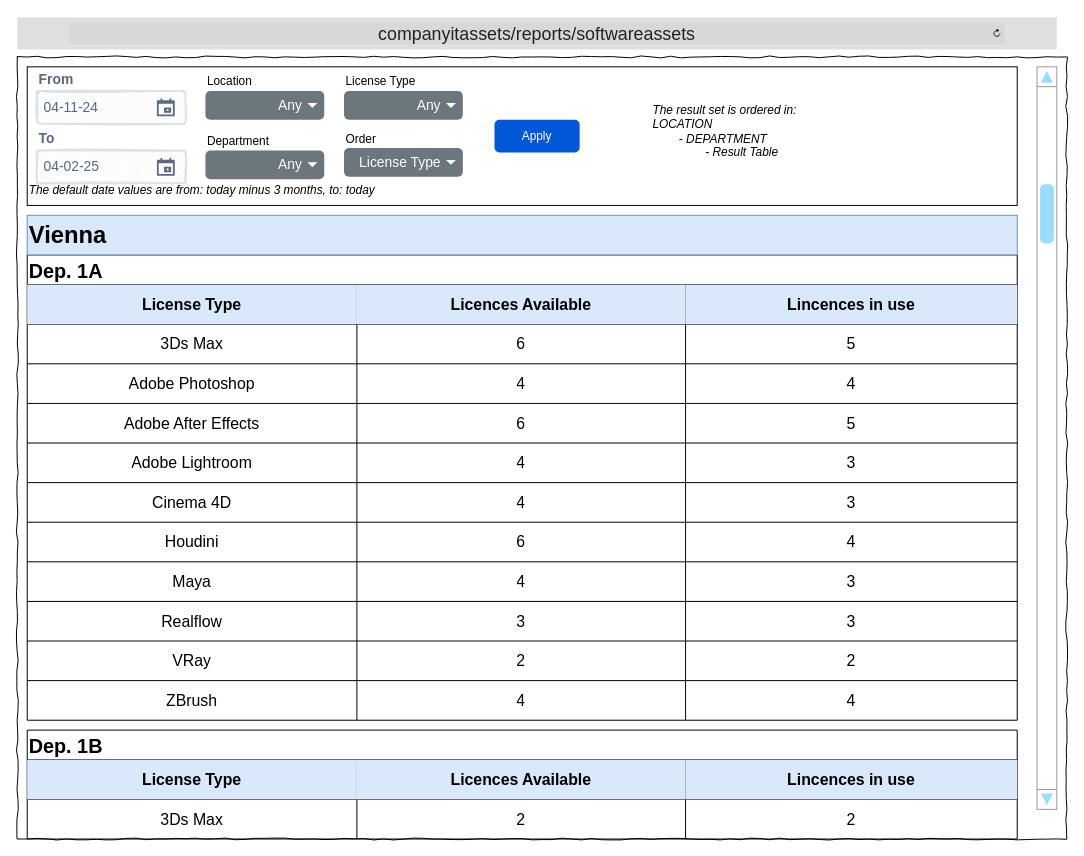
Earlier version of the draw.io diagram Wireframes/ITAT_Reports_Software.drawio (TRed91/ITAssetTracking). Source tidied: cells renumbered, new cells numbered last; positions are measured from the earlier drawing's top-left corner, leaving out a move shared by most shapes. Both pictures are drawn from the tidied source at 99%, with x=0, y=0 at pixel (17, 17).
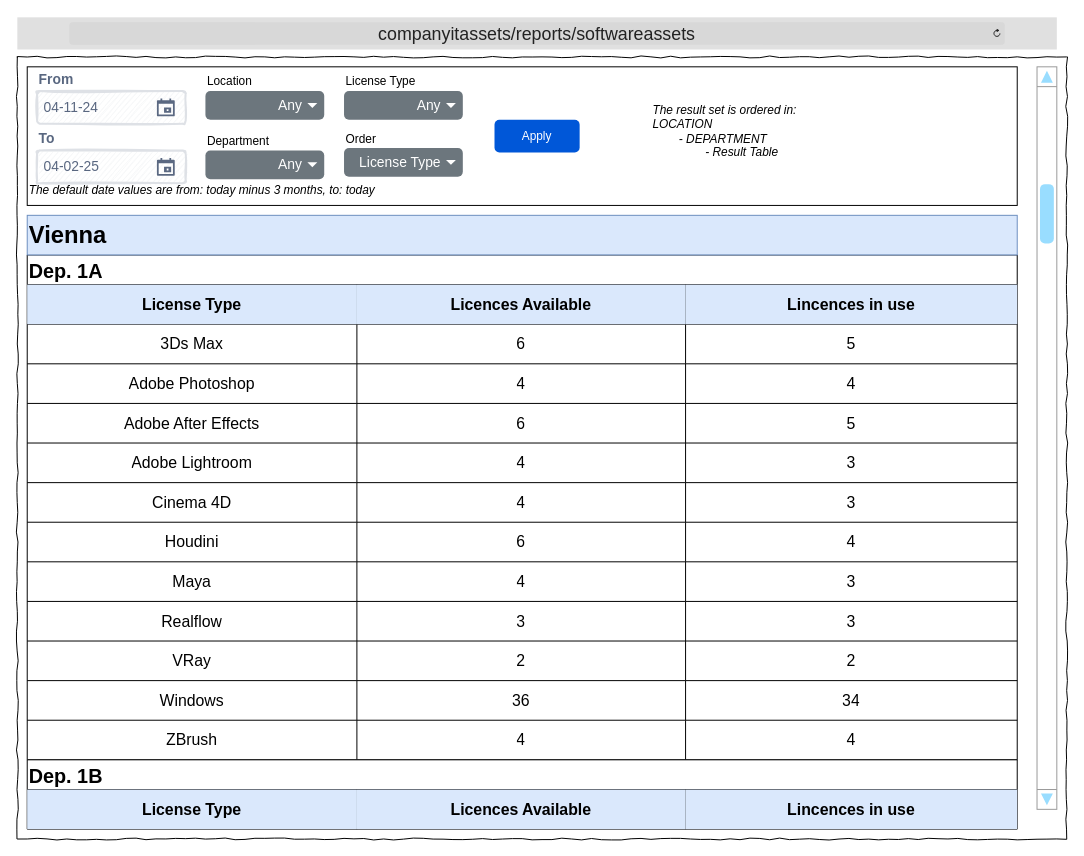
After the change.

Change to the diagram source:
```diff
@@
     <mxCell id="13" value="Dep. 1A" style="shape=table;startSize=30;childLayout=tableLayout;strokeColor=default;fontSize=20;fontStyle=1;align=left;" parent="1" vertex="1">
-      <mxGeometry x="10" y="240" width="1000" height="470" as="geometry" />
+      <mxGeometry x="10" y="240" width="1000" height="510" as="geometry" />
     </mxCell>
@@
+    <mxCell id="82" style="shape=tableRow;horizontal=0;startSize=0;swimlaneHead=0;swimlaneBody=0;strokeColor=inherit;top=0;left=0;bottom=0;right=0;fillColor=none;fontSize=16;" parent="13" vertex="1">
+      <mxGeometry y="430" width="1000" height="40" as="geometry" />
+    </mxCell>
+    <mxCell id="83" value="Windows" style="shape=partialRectangle;html=1;whiteSpace=wrap;strokeColor=inherit;overflow=hidden;fillColor=none;top=0;left=0;bottom=0;right=0;fontSize=16;" parent="82" vertex="1">
+      <mxGeometry width="333" height="40" as="geometry" />
+    </mxCell>
+    <mxCell id="84" value="36" style="shape=partialRectangle;html=1;whiteSpace=wrap;strokeColor=inherit;overflow=hidden;fillColor=none;top=0;left=0;bottom=0;right=0;fontSize=16;" parent="82" vertex="1">
+      <mxGeometry x="333" width="332" height="40" as="geometry" />
+    </mxCell>
+    <mxCell id="85" value="34" style="shape=partialRectangle;html=1;whiteSpace=wrap;strokeColor=inherit;overflow=hidden;fillColor=none;top=0;left=0;bottom=0;right=0;fontSize=16;" parent="82" vertex="1">
+      <mxGeometry x="665" width="335" height="40" as="geometry" />
+    </mxCell>
     <mxCell id="54" style="shape=tableRow;horizontal=0;startSize=0;swimlaneHead=0;swimlaneBody=0;strokeColor=inherit;top=0;left=0;bottom=0;right=0;fillColor=none;fontSize=16;" parent="13" vertex="1">
-      <mxGeometry y="430" width="1000" height="40" as="geometry" />
+      <mxGeometry y="470" width="1000" height="40" as="geometry" />
     </mxCell>
@@
     <mxCell id="70" value="Dep. 1B" style="shape=table;startSize=30;childLayout=tableLayout;strokeColor=default;fontSize=20;fontStyle=1;align=left;" parent="1" vertex="1">
-      <mxGeometry x="10" y="720" width="1000" height="110" as="geometry" />
+      <mxGeometry x="10" y="750" width="1000" height="70" as="geometry" />
     </mxCell>
@@
-    <mxCell id="75" style="shape=tableRow;horizontal=0;startSize=0;swimlaneHead=0;swimlaneBody=0;strokeColor=inherit;top=0;left=0;bottom=0;right=0;fillColor=none;fontSize=16;" parent="70" vertex="1">
-      <mxGeometry y="70" width="1000" height="40" as="geometry" />
-    </mxCell>
-    <mxCell id="76" value="3Ds Max" style="shape=partialRectangle;html=1;whiteSpace=wrap;strokeColor=inherit;overflow=hidden;fillColor=none;top=0;left=0;bottom=0;right=0;fontSize=16;" parent="75" vertex="1">
-      <mxGeometry width="333" height="40" as="geometry" />
-    </mxCell>
-    <mxCell id="77" value="2" style="shape=partialRectangle;html=1;whiteSpace=wrap;strokeColor=inherit;overflow=hidden;fillColor=none;top=0;left=0;bottom=0;right=0;fontSize=16;" parent="75" vertex="1">
-      <mxGeometry x="333" width="332" height="40" as="geometry" />
-    </mxCell>
-    <mxCell id="78" value="2" style="shape=partialRectangle;html=1;whiteSpace=wrap;strokeColor=inherit;overflow=hidden;fillColor=none;top=0;left=0;bottom=0;right=0;fontSize=16;" parent="75" vertex="1">
-      <mxGeometry x="665" width="335" height="40" as="geometry" />
-    </mxCell>
```
